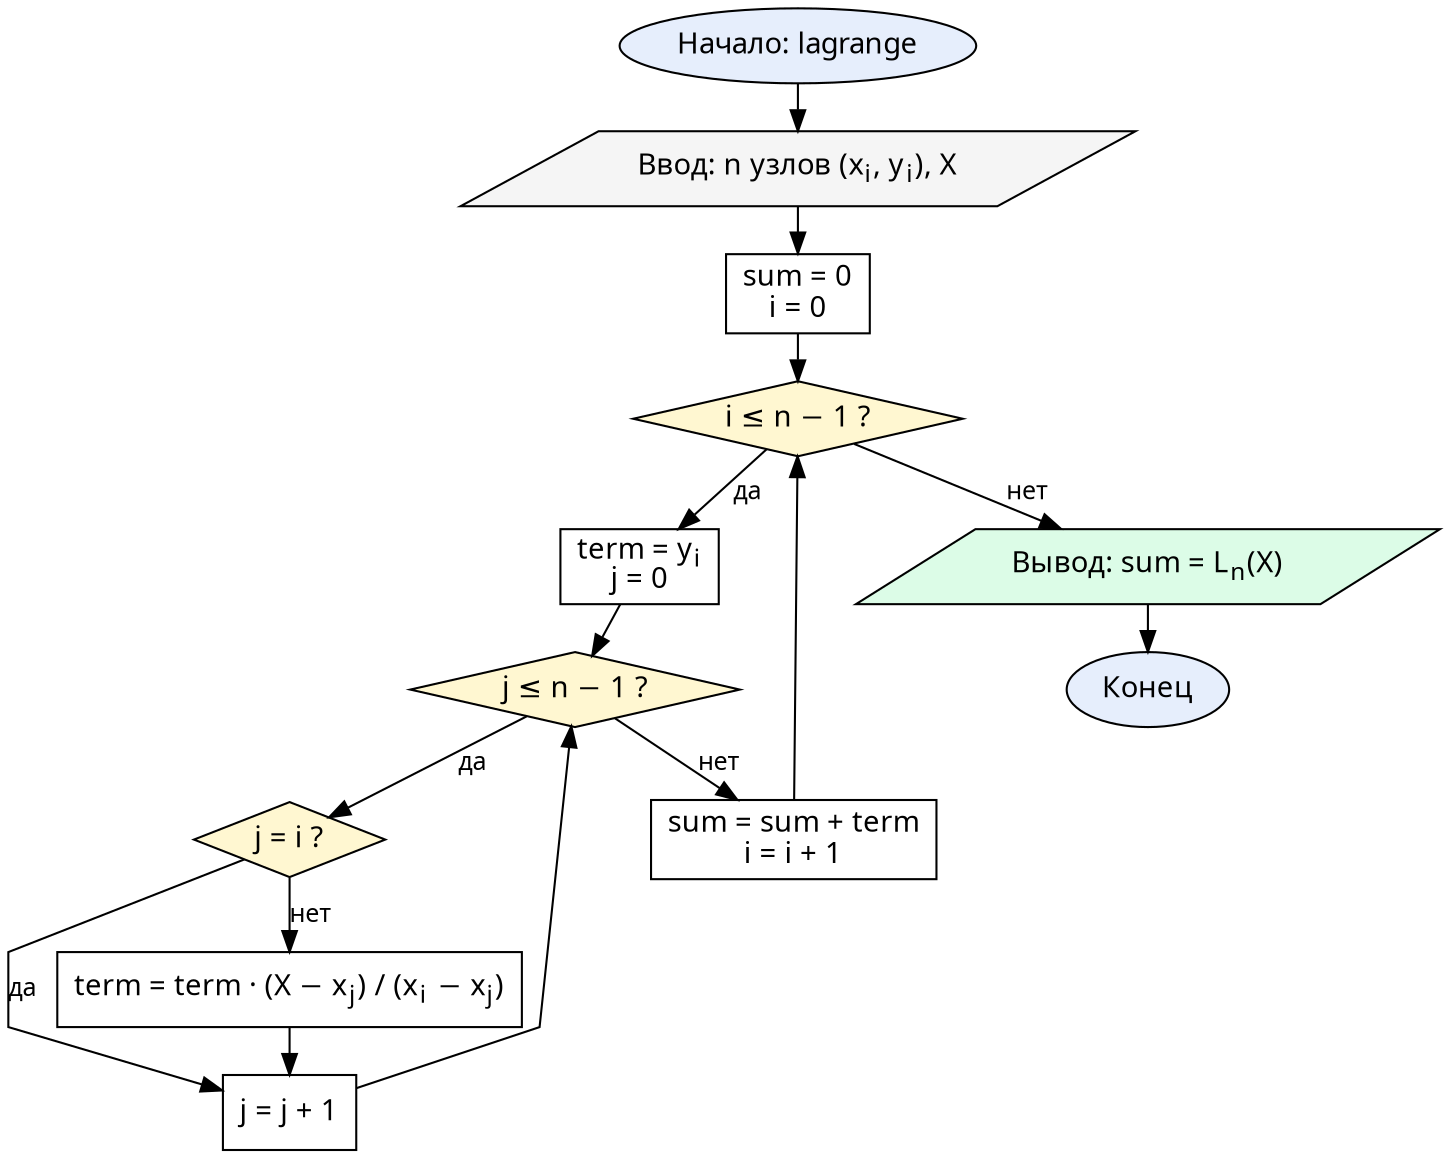
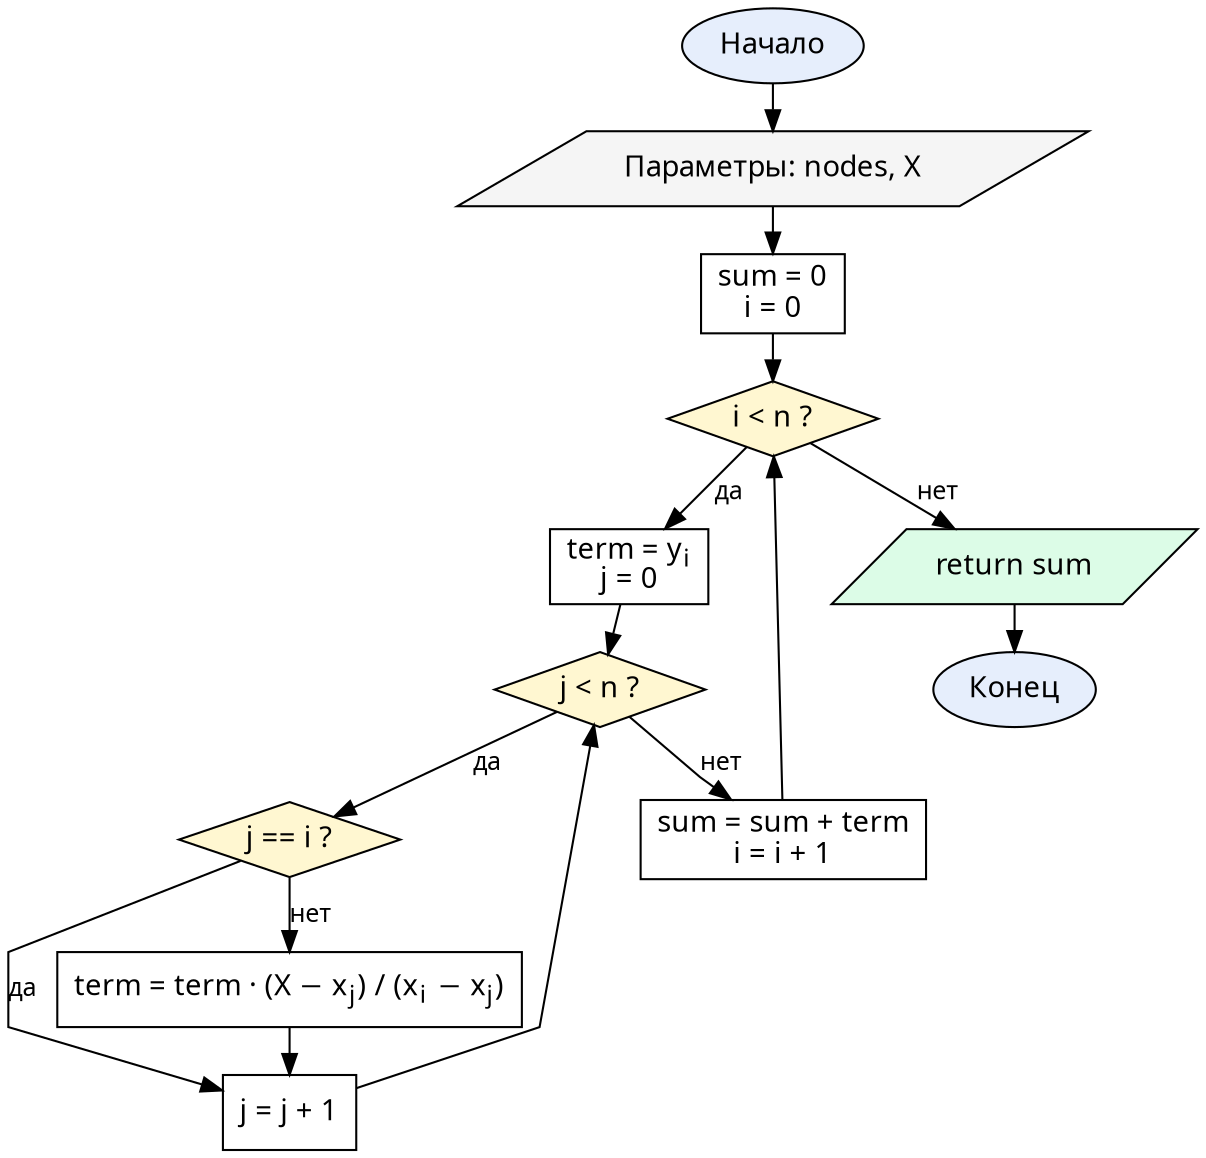
digraph Lab5Lagrange {
  graph [fontname="CMU Serif", rankdir=TB, nodesep=0.25, ranksep=0.3, splines=polyline]
  node  [fontname="CMU Serif", fontsize=14, style="filled", fillcolor="#ffffff", color="#000000"]
  edge  [fontname="CMU Serif", fontsize=12, color="#000000"]

-   start  [label="Начало: lagrange", shape=oval, fillcolor="#e6eefc"]
-   input  [label=<Ввод: n узлов (x<SUB>i</SUB>, y<SUB>i</SUB>), X>, shape=parallelogram, fillcolor="#f5f5f5"]
+   start  [label="Начало", shape=oval, fillcolor="#e6eefc"]
+   input  [label=<Параметры: nodes, X>, shape=parallelogram, fillcolor="#f5f5f5"]
  init   [label=<sum = 0<BR/>i = 0>, shape=box]
-   chki   [label=<i ≤ n − 1 ?>, shape=diamond, fillcolor="#fff7d1"]
+   chki   [label=<i &lt; n ?>, shape=diamond, fillcolor="#fff7d1"]
  termi  [label=<term = y<SUB>i</SUB><BR/>j = 0>, shape=box]
-   chkj   [label=<j ≤ n − 1 ?>, shape=diamond, fillcolor="#fff7d1"]
-   chkeq  [label=<j = i ?>, shape=diamond, fillcolor="#fff7d1"]
+   chkj   [label=<j &lt; n ?>, shape=diamond, fillcolor="#fff7d1"]
+   chkeq  [label=<j == i ?>, shape=diamond, fillcolor="#fff7d1"]
  mul    [label=<term = term · (X − x<SUB>j</SUB>) / (x<SUB>i</SUB> − x<SUB>j</SUB>)>, shape=box]
  nextj  [label=<j = j + 1>, shape=box]
  addt   [label=<sum = sum + term<BR/>i = i + 1>, shape=box]
-   output [label=<Вывод: sum = L<SUB>n</SUB>(X)>, shape=parallelogram, fillcolor="#dcfce7"]
+   output [label=<return sum>, shape=parallelogram, fillcolor="#dcfce7"]
  stop   [label="Конец", shape=oval, fillcolor="#e6eefc"]

  start -> input -> init -> chki
  chki -> termi [label="да"]
  termi -> chkj
  chkj -> chkeq [label="да"]
  chkeq -> nextj [label="да"]
  chkeq -> mul [label="нет"]
  mul -> nextj
  nextj -> chkj
  chkj -> addt [label="нет"]
  addt -> chki
  chki -> output [label="нет"]
  output -> stop
}
